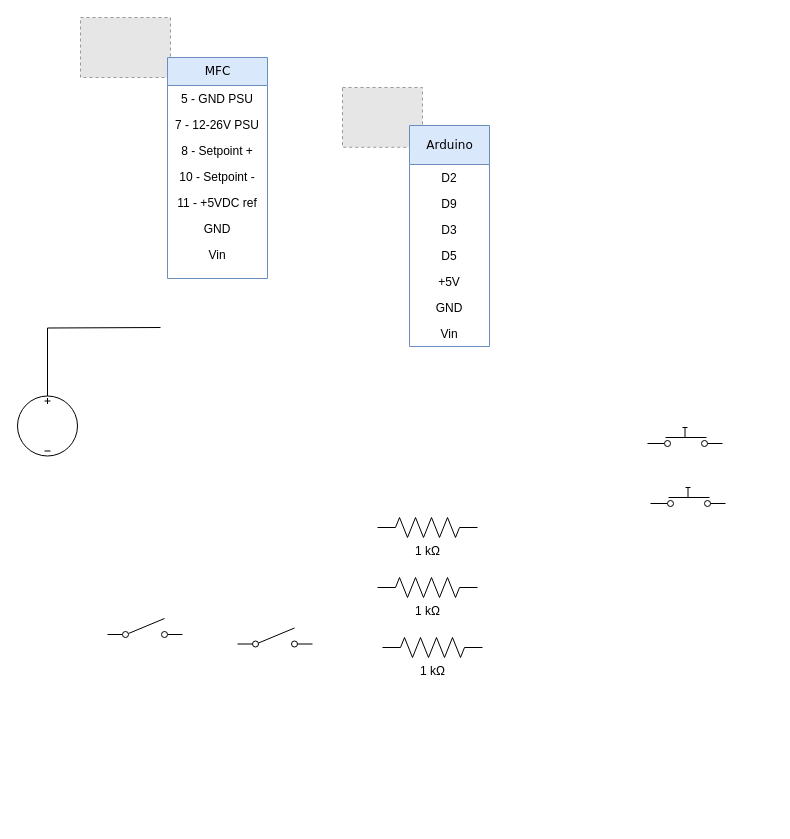
Before: circuit.drawio in flboudoire/MFC-control, a draw.io diagram. Source tidied: cells renumbered, new cells numbered last; positions are measured from the earlier drawing's top-left corner, leaving out a move shared by most shapes. Both pictures are drawn from the tidied source at 100%, with x=0, y=0 at pixel (17, 17). Pictures stored in the file or linked from it are replaced by grey dashed boxes.
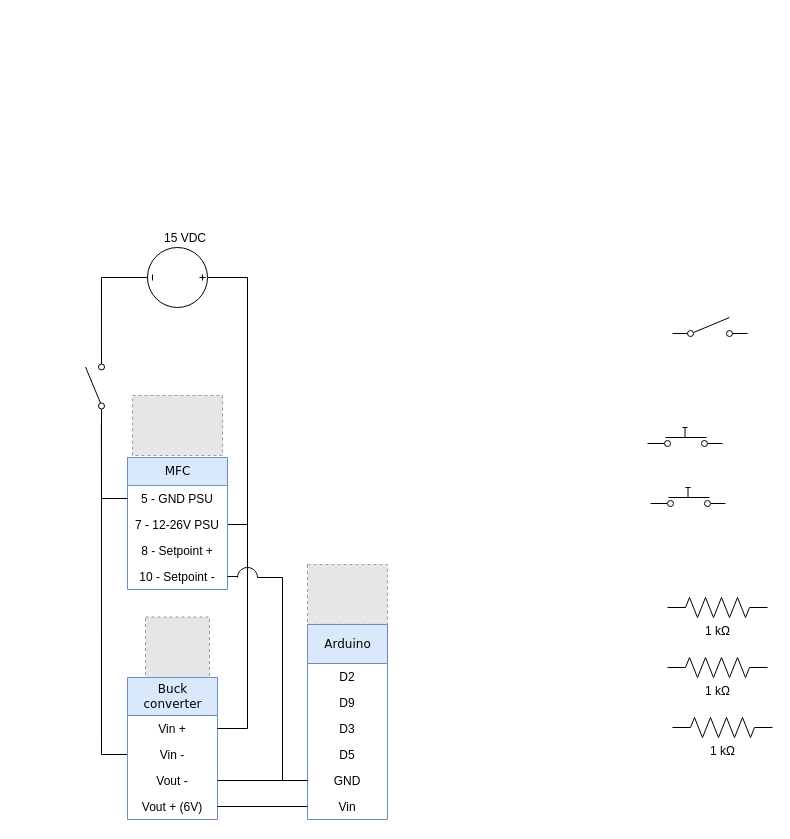
The same diagram, later.

The change refers to these unchanged cells:
```xml
<mxCell id="22" value="5 - GND PSU" style="text;html=1;strokeColor=none;fillColor=none;spacingLeft=4;spacingRight=4;whiteSpace=wrap;overflow=hidden;points=[[0,0.5],[1,0.5]];portConstraint=eastwest;align=center;" parent="21" vertex="1">
  <mxGeometry y="28" width="100" height="26" as="geometry" />
</mxCell>
<mxCell id="23" value="7 - 12-26V PSU" style="text;html=1;strokeColor=none;fillColor=none;spacingLeft=4;spacingRight=4;whiteSpace=wrap;overflow=hidden;points=[[0,0.5],[1,0.5]];portConstraint=eastwest;align=center;" parent="21" vertex="1">
  <mxGeometry y="54" width="100" height="26" as="geometry" />
</mxCell>
<mxCell id="25" value="10 - Setpoint -" style="text;html=1;strokeColor=none;fillColor=none;spacingLeft=4;spacingRight=4;whiteSpace=wrap;overflow=hidden;points=[[0,0.5],[1,0.5]];portConstraint=eastwest;align=center;" parent="21" vertex="1">
  <mxGeometry y="106" width="100" height="26" as="geometry" />
</mxCell>
```

What changed in the source:
```diff
@@
     <mxCell id="2" style="fillColor=#E6E6E6;strokeColor=#999999;dashed=1;verticalLabelPosition=bottom;labelBackgroundColor=#ffffff;verticalAlign=top;" parent="1" vertex="1">
-      <mxGeometry x="325" y="70" width="80" height="59.8" as="geometry" />
+      <mxGeometry x="290" y="547" width="80" height="59.8" as="geometry" />
     </mxCell>
     <mxCell id="3" value="Arduino" style="swimlane;html=1;fontStyle=0;horizontal=1;startSize=39;fillColor=#dae8fc;swimlaneFillColor=#ffffff;align=center;rounded=0;shadow=0;comic=0;labelBackgroundColor=none;strokeColor=#6c8ebf;strokeWidth=1;fontFamily=Verdana;fontSize=12;glass=0;fixDash=0;backgroundOutline=0;" parent="1" vertex="1">
-      <mxGeometry x="392" y="108" width="80" height="221" as="geometry" />
+      <mxGeometry x="290" y="607" width="80" height="195" as="geometry" />
     </mxCell>
@@
-    <mxCell id="8" value="+5V" style="text;html=1;strokeColor=none;fillColor=none;spacingLeft=4;spacingRight=4;whiteSpace=wrap;overflow=hidden;align=center;" parent="3" vertex="1">
-      <mxGeometry y="143" width="80" height="26" as="geometry" />
-    </mxCell>
+    <mxCell id="10" value="GND" style="text;html=1;strokeColor=none;fillColor=none;spacingLeft=4;spacingRight=4;whiteSpace=wrap;overflow=hidden;points=[[0,0.5],[1,0.5]];portConstraint=eastwest;align=center;" parent="3" vertex="1">
+      <mxGeometry y="143" width="80" height="26" as="geometry" />
+    </mxCell>
-    <mxCell id="9" value="GND" style="text;html=1;strokeColor=none;fillColor=none;spacingLeft=4;spacingRight=4;whiteSpace=wrap;overflow=hidden;points=[[0,0.5],[1,0.5]];portConstraint=eastwest;align=center;" parent="3" vertex="1">
+    <mxCell id="9" value="Vin" style="text;html=1;strokeColor=none;fillColor=none;spacingLeft=4;spacingRight=4;whiteSpace=wrap;overflow=hidden;points=[[0,0.5],[1,0.5]];portConstraint=eastwest;align=center;" parent="3" vertex="1">
       <mxGeometry y="169" width="80" height="26" as="geometry" />
     </mxCell>
-    <mxCell id="10" value="Vin" style="text;html=1;strokeColor=none;fillColor=none;spacingLeft=4;spacingRight=4;whiteSpace=wrap;overflow=hidden;points=[[0,0.5],[1,0.5]];portConstraint=eastwest;align=center;" parent="3" vertex="1">
-      <mxGeometry y="195" width="80" height="26" as="geometry" />
-    </mxCell>
@@
+    <mxCell id="29" style="edgeStyle=orthogonalEdgeStyle;rounded=0;jettySize=auto;html=1;exitX=0;exitY=0.84;exitDx=0;exitDy=0;exitPerimeter=0;entryX=0;entryY=0.5;entryDx=0;entryDy=0;endArrow=none;endFill=0;" parent="1" edge="1" source="13" target="35">
+      <mxGeometry relative="1" as="geometry" />
+    </mxCell>
-    <mxCell id="13" style="verticalLabelPosition=bottom;shadow=0;dashed=0;align=center;html=1;verticalAlign=top;shape=mxgraph.electrical.electro-mechanical.simple_switch;" parent="1" vertex="1">
-      <mxGeometry x="90" y="601" width="75" height="19" as="geometry" />
+    <mxCell id="13" style="verticalLabelPosition=bottom;shadow=0;dashed=0;align=center;html=1;verticalAlign=top;shape=mxgraph.electrical.electro-mechanical.simple_switch;rotation=-90;" parent="1" vertex="1">
+      <mxGeometry x="40" y="359.5" width="75" height="19" as="geometry" />
     </mxCell>
     <mxCell id="14" style="verticalLabelPosition=bottom;shadow=0;dashed=0;align=center;html=1;verticalAlign=top;shape=mxgraph.electrical.electro-mechanical.simple_switch;" parent="1" vertex="1">
-      <mxGeometry x="220" y="610.5" width="75" height="19" as="geometry" />
+      <mxGeometry x="655" y="300" width="75" height="19" as="geometry" />
     </mxCell>
     <mxCell id="15" value="1 kΩ" style="verticalLabelPosition=bottom;shadow=0;dashed=0;align=center;html=1;verticalAlign=top;shape=mxgraph.electrical.resistors.resistor_2;" parent="1" vertex="1">
-      <mxGeometry x="360" y="560" width="100" height="20" as="geometry" />
+      <mxGeometry x="650" y="640" width="100" height="20" as="geometry" />
     </mxCell>
     <mxCell id="16" value="1 kΩ" style="verticalLabelPosition=bottom;shadow=0;dashed=0;align=center;html=1;verticalAlign=top;shape=mxgraph.electrical.resistors.resistor_2;" parent="1" vertex="1">
-      <mxGeometry x="360" y="500" width="100" height="20" as="geometry" />
+      <mxGeometry x="650" y="580" width="100" height="20" as="geometry" />
     </mxCell>
     <mxCell id="17" value="1 kΩ" style="verticalLabelPosition=bottom;shadow=0;dashed=0;align=center;html=1;verticalAlign=top;shape=mxgraph.electrical.resistors.resistor_2;" parent="1" vertex="1">
-      <mxGeometry x="365" y="620" width="100" height="20" as="geometry" />
+      <mxGeometry x="655" y="700" width="100" height="20" as="geometry" />
     </mxCell>
-    <mxCell id="18" style="edgeStyle=orthogonalEdgeStyle;jettySize=auto;html=1;exitX=1;exitY=1;exitDx=0;exitDy=0;exitPerimeter=0;entryX=0.5;entryY=0;entryDx=0;entryDy=0;entryPerimeter=0;rounded=0;endArrow=none;endFill=0;" parent="1" edge="1" target="19">
-      <mxGeometry relative="1" as="geometry">
-        <mxPoint x="143" y="310" as="sourcePoint" />
-      </mxGeometry>
+    <mxCell id="18" style="edgeStyle=orthogonalEdgeStyle;jettySize=auto;html=1;exitX=1;exitY=0.5;exitDx=0;exitDy=0;entryX=0.5;entryY=0;entryDx=0;entryDy=0;entryPerimeter=0;rounded=0;endArrow=none;endFill=0;" parent="1" edge="1" source="23" target="19">
+      <mxGeometry relative="1" as="geometry" />
     </mxCell>
+    <mxCell id="30" style="edgeStyle=orthogonalEdgeStyle;rounded=0;jettySize=auto;html=1;exitX=0.5;exitY=1;exitDx=0;exitDy=0;exitPerimeter=0;endArrow=none;endFill=0;entryX=1;entryY=0.84;entryDx=0;entryDy=0;entryPerimeter=0;" parent="1" edge="1" source="19" target="13">
+      <mxGeometry relative="1" as="geometry" />
+    </mxCell>
-    <mxCell id="19" style="verticalLabelPosition=bottom;shadow=0;dashed=0;align=center;html=1;verticalAlign=top;shape=mxgraph.electrical.signal_sources.dc_source_3;" parent="1" vertex="1">
-      <mxGeometry y="378.5" width="60" height="60" as="geometry" />
+    <mxCell id="19" value="&lt;div&gt;15 VDC&lt;/div&gt;" style="verticalLabelPosition=middle;shadow=0;dashed=0;align=right;html=1;verticalAlign=bottom;shape=mxgraph.electrical.signal_sources.dc_source_3;rotation=90;labelPosition=left;horizontal=0;textDirection=ltr;" parent="1" vertex="1">
+      <mxGeometry x="130" y="230" width="60" height="60" as="geometry" />
     </mxCell>
     <mxCell id="20" style="fillColor=#E6E6E6;strokeColor=#999999;dashed=1;verticalLabelPosition=bottom;labelBackgroundColor=#ffffff;verticalAlign=top;" parent="1" vertex="1">
-      <mxGeometry x="63" width="90" height="60" as="geometry" />
+      <mxGeometry x="115" y="378" width="90" height="60" as="geometry" />
     </mxCell>
     <mxCell id="21" value="MFC" style="swimlane;html=1;fontStyle=0;horizontal=1;startSize=28;fillColor=#dae8fc;swimlaneFillColor=#ffffff;align=center;rounded=0;shadow=0;comic=0;labelBackgroundColor=none;strokeColor=#6c8ebf;strokeWidth=1;fontFamily=Verdana;fontSize=12;glass=0;fixDash=0;backgroundOutline=0;" parent="1" vertex="1">
-      <mxGeometry x="150" y="40" width="100" height="221" as="geometry" />
+      <mxGeometry x="110" y="440" width="100" height="132" as="geometry" />
     </mxCell>
@@
-    <mxCell id="26" value="11 - +5VDC ref" style="text;html=1;strokeColor=none;fillColor=none;spacingLeft=4;spacingRight=4;whiteSpace=wrap;overflow=hidden;align=center;" parent="21" vertex="1">
-      <mxGeometry y="132" width="100" height="26" as="geometry" />
-    </mxCell>
-    <mxCell id="27" value="GND" style="text;html=1;strokeColor=none;fillColor=none;spacingLeft=4;spacingRight=4;whiteSpace=wrap;overflow=hidden;align=center;" parent="21" vertex="1">
-      <mxGeometry y="158" width="100" height="26" as="geometry" />
-    </mxCell>
-    <mxCell id="28" value="Vin" style="text;html=1;strokeColor=none;fillColor=none;spacingLeft=4;spacingRight=4;whiteSpace=wrap;overflow=hidden;align=center;" parent="21" vertex="1">
-      <mxGeometry y="184" width="100" height="26" as="geometry" />
-    </mxCell>
+    <mxCell id="31" style="edgeStyle=orthogonalEdgeStyle;rounded=0;jettySize=auto;html=1;exitX=0;exitY=0.5;exitDx=0;exitDy=0;entryX=0;entryY=0.84;entryDx=0;entryDy=0;entryPerimeter=0;endArrow=none;endFill=0;" parent="1" edge="1" source="22" target="13">
+      <mxGeometry relative="1" as="geometry" />
+    </mxCell>
+    <mxCell id="32" style="fillColor=#E6E6E6;strokeColor=#999999;dashed=1;verticalLabelPosition=bottom;labelBackgroundColor=#ffffff;verticalAlign=top;" parent="1" vertex="1">
+      <mxGeometry x="128" y="599.5" width="64" height="64" as="geometry" />
+    </mxCell>
+    <mxCell id="33" value="&lt;div&gt;Buck&lt;/div&gt;&lt;div&gt;converter&lt;/div&gt;" style="swimlane;html=1;fontStyle=0;horizontal=1;startSize=38;fillColor=#dae8fc;swimlaneFillColor=#ffffff;align=center;rounded=0;shadow=0;comic=0;labelBackgroundColor=none;strokeColor=#6c8ebf;strokeWidth=1;fontFamily=Verdana;fontSize=12;glass=0;fixDash=0;backgroundOutline=0;" parent="1" vertex="1">
+      <mxGeometry x="110" y="660" width="90" height="142" as="geometry" />
+    </mxCell>
+    <mxCell id="34" value="Vin +" style="text;html=1;strokeColor=none;fillColor=none;spacingLeft=4;spacingRight=4;whiteSpace=wrap;overflow=hidden;points=[[0,0.5],[1,0.5]];portConstraint=eastwest;align=center;" parent="33" vertex="1">
+      <mxGeometry y="38" width="90" height="26" as="geometry" />
+    </mxCell>
+    <mxCell id="35" value="Vin -" style="text;html=1;strokeColor=none;fillColor=none;spacingLeft=4;spacingRight=4;whiteSpace=wrap;overflow=hidden;points=[[0,0.5],[1,0.5]];portConstraint=eastwest;align=center;" parent="33" vertex="1">
+      <mxGeometry y="64" width="90" height="26" as="geometry" />
+    </mxCell>
+    <mxCell id="36" value="Vout -" style="text;html=1;strokeColor=none;fillColor=none;spacingLeft=4;spacingRight=4;whiteSpace=wrap;overflow=hidden;points=[[0,0.5],[1,0.5]];portConstraint=eastwest;align=center;" parent="33" vertex="1">
+      <mxGeometry y="90" width="90" height="26" as="geometry" />
+    </mxCell>
+    <mxCell id="37" value="Vout + (6V)" style="text;html=1;strokeColor=none;fillColor=none;spacingLeft=4;spacingRight=4;whiteSpace=wrap;overflow=hidden;points=[[0,0.5],[1,0.5]];portConstraint=eastwest;align=center;" parent="33" vertex="1">
+      <mxGeometry y="116" width="90" height="26" as="geometry" />
+    </mxCell>
+    <mxCell id="38" style="edgeStyle=orthogonalEdgeStyle;rounded=0;jettySize=auto;html=1;exitX=1;exitY=0.5;exitDx=0;exitDy=0;entryX=0;entryY=0.5;entryDx=0;entryDy=0;endArrow=none;endFill=0;" parent="1" edge="1" source="37" target="9">
+      <mxGeometry relative="1" as="geometry" />
+    </mxCell>
+    <mxCell id="39" style="edgeStyle=orthogonalEdgeStyle;rounded=0;jettySize=auto;html=1;exitX=1;exitY=0.5;exitDx=0;exitDy=0;entryX=0;entryY=0.5;entryDx=0;entryDy=0;endArrow=none;endFill=0;" parent="1" edge="1" source="36" target="10">
+      <mxGeometry relative="1" as="geometry" />
+    </mxCell>
+    <mxCell id="40" style="group;" parent="1" vertex="1">
+      <mxGeometry x="220" y="540" width="20" height="30" as="geometry" />
+    </mxCell>
+    <mxCell id="41" style="verticalLabelPosition=bottom;verticalAlign=top;html=1;shape=mxgraph.basic.arc;startAngle=0.25;endAngle=0.7483247466822762;align=left;rotation=-180;" parent="40" vertex="1">
+      <mxGeometry y="10" width="20" height="20" as="geometry" />
+    </mxCell>
+    <mxCell id="42" style="endArrow=none;html=1;" parent="40" edge="1">
+      <mxGeometry relative="1" as="geometry">
+        <mxPoint x="10" y="30" as="sourcePoint" />
+        <mxPoint x="10" as="targetPoint" />
+        <Array as="points">
+          <mxPoint x="10" y="30" />
+          <mxPoint x="10" />
+        </Array>
+      </mxGeometry>
+    </mxCell>
+    <mxCell id="43" style="edgeStyle=orthogonalEdgeStyle;rounded=0;jettySize=auto;html=1;exitX=1;exitY=0.5;exitDx=0;exitDy=0;endArrow=none;endFill=0;entryX=0.5;entryY=0;entryDx=0;entryDy=0;entryPerimeter=0;" parent="1" edge="1" source="34" target="19">
+      <mxGeometry relative="1" as="geometry">
+        <Array as="points">
+          <mxPoint x="230" y="711" />
+          <mxPoint x="230" y="260" />
+        </Array>
+      </mxGeometry>
+    </mxCell>
+    <mxCell id="44" style="edgeStyle=orthogonalEdgeStyle;rounded=0;jettySize=auto;html=1;exitX=0;exitY=0.5;exitDx=0;exitDy=0;entryX=0;entryY=0.5;entryDx=0;entryDy=0;entryPerimeter=0;endArrow=none;endFill=0;" parent="1" edge="1" source="10" target="41">
+      <mxGeometry relative="1" as="geometry" />
+    </mxCell>
+    <mxCell id="45" style="edgeStyle=orthogonalEdgeStyle;rounded=0;jettySize=auto;html=1;exitX=1;exitY=0.5;exitDx=0;exitDy=0;entryX=0.975;entryY=0.559;entryDx=0;entryDy=0;entryPerimeter=0;endArrow=none;endFill=0;" parent="1" edge="1" source="25" target="41">
+      <mxGeometry relative="1" as="geometry" />
+    </mxCell>
```
